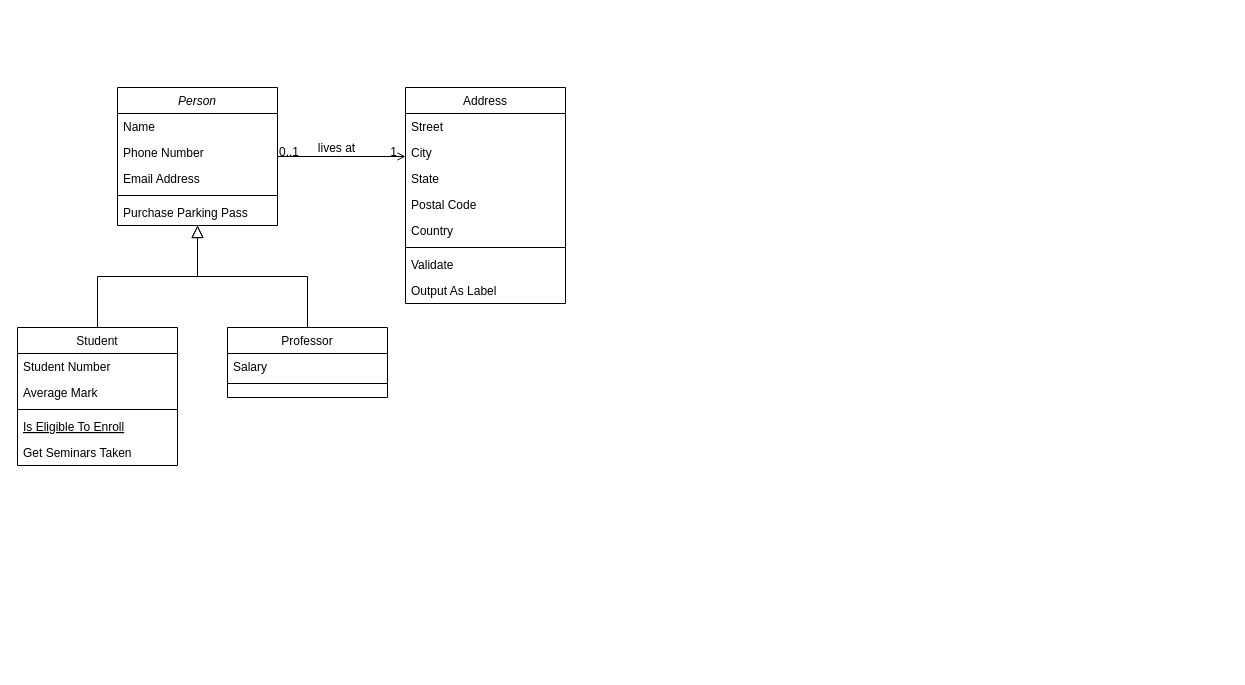
The draw.io diagram 제목 없는 다이어그램.drawio in kcheee/VR-Chess, before the edit. Source tidied: cells renumbered, new cells numbered last; positions are measured from the earlier drawing's top-left corner, leaving out a move shared by most shapes. Both pictures are drawn from the tidied source at 100%, with x=0, y=0 at pixel (17, 87).
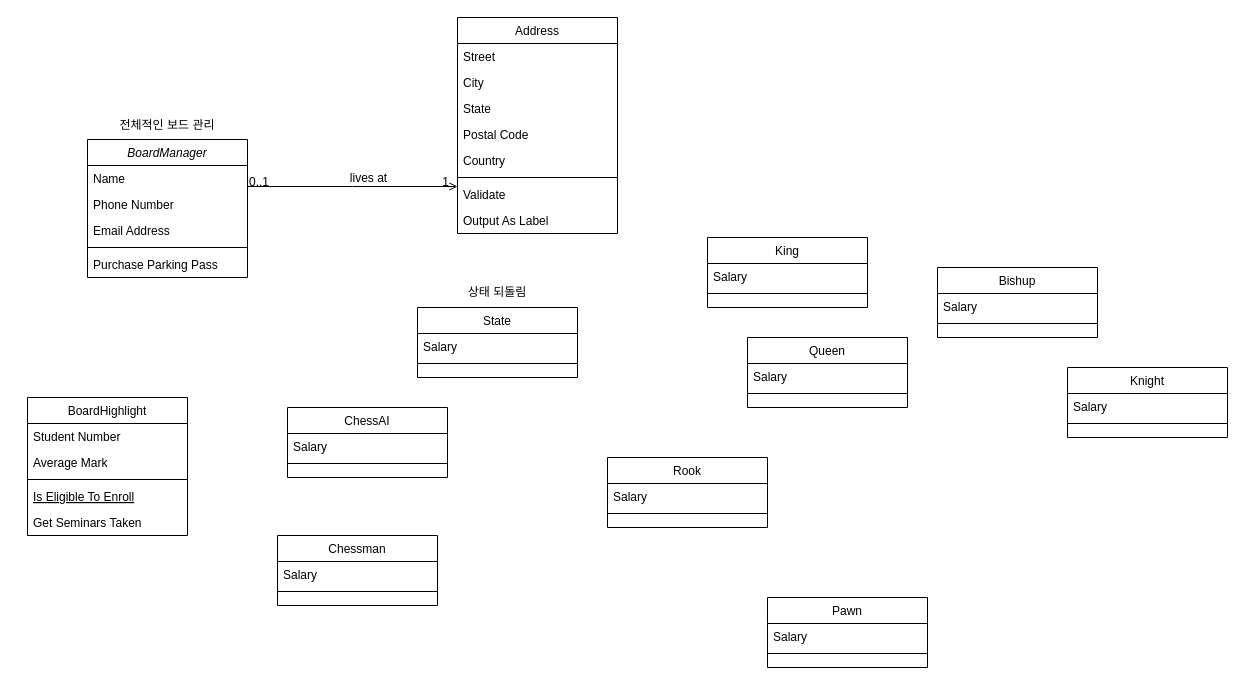
Above is the later version.

Commit message:
제목 없는 다이어그램.drawio 업데이트

Diff of the diagram source:
```diff
@@
-    <mxCell id="2" value="Person" style="swimlane;fontStyle=2;align=center;verticalAlign=top;horizontal=1;startSize=26;rounded=0;shadow=0;strokeWidth=1;" parent="1" vertex="1">
-      <mxGeometry x="100" width="160" height="138" as="geometry" />
-    </mxCell>
-    <mxCell id="3" value="Name" style="text;align=left;verticalAlign=top;spacingLeft=4;spacingRight=4;overflow=hidden;" parent="2" vertex="1">
-      <mxGeometry y="26" width="160" height="26" as="geometry" />
-    </mxCell>
-    <mxCell id="4" value="Phone Number" style="text;align=left;verticalAlign=top;spacingLeft=4;spacingRight=4;overflow=hidden;rounded=0;shadow=0;html=0;" parent="2" vertex="1">
-      <mxGeometry y="52" width="160" height="26" as="geometry" />
-    </mxCell>
-    <mxCell id="5" value="Email Address" style="text;align=left;verticalAlign=top;spacingLeft=4;spacingRight=4;overflow=hidden;rounded=0;shadow=0;html=0;" parent="2" vertex="1">
-      <mxGeometry y="78" width="160" height="26" as="geometry" />
-    </mxCell>
-    <mxCell id="6" style="line;html=1;strokeWidth=1;align=left;verticalAlign=middle;spacingTop=-1;spacingLeft=3;spacingRight=3;labelPosition=right;" parent="2" vertex="1">
-      <mxGeometry y="104" width="160" height="8" as="geometry" />
-    </mxCell>
-    <mxCell id="7" value="Purchase Parking Pass" style="text;align=left;verticalAlign=top;spacingLeft=4;spacingRight=4;overflow=hidden;" parent="2" vertex="1">
-      <mxGeometry y="112" width="160" height="26" as="geometry" />
-    </mxCell>
-    <mxCell id="8" value="Student" style="swimlane;fontStyle=0;align=center;verticalAlign=top;horizontal=1;startSize=26;rounded=0;shadow=0;strokeWidth=1;" parent="1" vertex="1">
-      <mxGeometry y="240" width="160" height="138" as="geometry" />
+    <mxCell id="8" value="BoardHighlight" style="swimlane;fontStyle=0;align=center;verticalAlign=top;horizontal=1;startSize=26;rounded=0;shadow=0;strokeWidth=1;" parent="1" vertex="1">
+      <mxGeometry x="10" y="310" width="160" height="138" as="geometry" />
     </mxCell>
@@
-    <mxCell id="14" style="endArrow=block;endSize=10;endFill=0;shadow=0;strokeWidth=1;rounded=0;edgeStyle=elbowEdgeStyle;elbow=vertical;" parent="1" edge="1" source="8" target="2">
-      <mxGeometry relative="1" as="geometry" />
-    </mxCell>
-    <mxCell id="15" value="Professor" style="swimlane;fontStyle=0;align=center;verticalAlign=top;horizontal=1;startSize=26;rounded=0;shadow=0;strokeWidth=1;" parent="1" vertex="1">
-      <mxGeometry x="210" y="240" width="160" height="70" as="geometry" />
+    <mxCell id="15" value="ChessAI&#10;" style="swimlane;fontStyle=0;align=center;verticalAlign=top;horizontal=1;startSize=26;rounded=0;shadow=0;strokeWidth=1;" parent="1" vertex="1">
+      <mxGeometry x="270" y="320" width="160" height="70" as="geometry" />
     </mxCell>
@@
-    <mxCell id="18" style="endArrow=block;endSize=10;endFill=0;shadow=0;strokeWidth=1;rounded=0;edgeStyle=elbowEdgeStyle;elbow=vertical;" parent="1" edge="1" source="15" target="2">
-      <mxGeometry relative="1" as="geometry" />
-    </mxCell>
     <mxCell id="19" value="Address" style="swimlane;fontStyle=0;align=center;verticalAlign=top;horizontal=1;startSize=26;rounded=0;shadow=0;strokeWidth=1;" parent="1" vertex="1">
-      <mxGeometry x="388" width="160" height="216" as="geometry" />
+      <mxGeometry x="440" y="-70" width="160" height="216" as="geometry" />
     </mxCell>
@@
+    <mxCell id="32" value="State" style="swimlane;fontStyle=0;align=center;verticalAlign=top;horizontal=1;startSize=26;rounded=0;shadow=0;strokeWidth=1;" parent="1" vertex="1">
+      <mxGeometry x="400" y="220" width="160" height="70" as="geometry" />
+    </mxCell>
+    <mxCell id="33" value="Salary" style="text;align=left;verticalAlign=top;spacingLeft=4;spacingRight=4;overflow=hidden;" parent="32" vertex="1">
+      <mxGeometry y="26" width="160" height="26" as="geometry" />
+    </mxCell>
+    <mxCell id="34" style="line;html=1;strokeWidth=1;align=left;verticalAlign=middle;spacingTop=-1;spacingLeft=3;spacingRight=3;labelPosition=right;" parent="32" vertex="1">
+      <mxGeometry y="52" width="160" height="8" as="geometry" />
+    </mxCell>
+    <mxCell id="35" value="Chessman" style="swimlane;fontStyle=0;align=center;verticalAlign=top;horizontal=1;startSize=26;rounded=0;shadow=0;strokeWidth=1;" parent="1" vertex="1">
+      <mxGeometry x="260" y="448" width="160" height="70" as="geometry" />
+    </mxCell>
+    <mxCell id="36" value="Salary" style="text;align=left;verticalAlign=top;spacingLeft=4;spacingRight=4;overflow=hidden;" parent="35" vertex="1">
+      <mxGeometry y="26" width="160" height="26" as="geometry" />
+    </mxCell>
+    <mxCell id="37" style="line;html=1;strokeWidth=1;align=left;verticalAlign=middle;spacingTop=-1;spacingLeft=3;spacingRight=3;labelPosition=right;" parent="35" vertex="1">
+      <mxGeometry y="52" width="160" height="8" as="geometry" />
+    </mxCell>
+    <mxCell id="38" style="group;" parent="1" vertex="1">
+      <mxGeometry x="70" y="23" width="160" height="167" as="geometry" />
+    </mxCell>
+    <mxCell id="2" value="BoardManager" style="swimlane;fontStyle=2;align=center;verticalAlign=top;horizontal=1;startSize=26;rounded=0;shadow=0;strokeWidth=1;" parent="38" vertex="1">
+      <mxGeometry y="29" width="160" height="138" as="geometry" />
+    </mxCell>
+    <mxCell id="3" value="Name" style="text;align=left;verticalAlign=top;spacingLeft=4;spacingRight=4;overflow=hidden;" parent="2" vertex="1">
+      <mxGeometry y="26" width="160" height="26" as="geometry" />
+    </mxCell>
+    <mxCell id="4" value="Phone Number" style="text;align=left;verticalAlign=top;spacingLeft=4;spacingRight=4;overflow=hidden;rounded=0;shadow=0;html=0;" parent="2" vertex="1">
+      <mxGeometry y="52" width="160" height="26" as="geometry" />
+    </mxCell>
+    <mxCell id="5" value="Email Address" style="text;align=left;verticalAlign=top;spacingLeft=4;spacingRight=4;overflow=hidden;rounded=0;shadow=0;html=0;" parent="2" vertex="1">
+      <mxGeometry y="78" width="160" height="26" as="geometry" />
+    </mxCell>
+    <mxCell id="6" style="line;html=1;strokeWidth=1;align=left;verticalAlign=middle;spacingTop=-1;spacingLeft=3;spacingRight=3;labelPosition=right;" parent="2" vertex="1">
+      <mxGeometry y="104" width="160" height="8" as="geometry" />
+    </mxCell>
+    <mxCell id="7" value="Purchase Parking Pass" style="text;align=left;verticalAlign=top;spacingLeft=4;spacingRight=4;overflow=hidden;" parent="2" vertex="1">
+      <mxGeometry y="112" width="160" height="26" as="geometry" />
+    </mxCell>
+    <mxCell id="39" value="전체적인 보드 관리" style="text;html=1;strokeColor=none;fillColor=none;align=center;verticalAlign=middle;whiteSpace=wrap;rounded=0;" parent="38" vertex="1">
+      <mxGeometry x="20" width="120" height="30" as="geometry" />
+    </mxCell>
+    <mxCell id="40" value="상태 되돌림" style="text;html=1;strokeColor=none;fillColor=none;align=center;verticalAlign=middle;whiteSpace=wrap;rounded=0;" parent="1" vertex="1">
+      <mxGeometry x="440" y="190" width="80" height="30" as="geometry" />
+    </mxCell>
+    <mxCell id="41" value="Queen" style="swimlane;fontStyle=0;align=center;verticalAlign=top;horizontal=1;startSize=26;rounded=0;shadow=0;strokeWidth=1;" parent="1" vertex="1">
+      <mxGeometry x="730" y="250" width="160" height="70" as="geometry" />
+    </mxCell>
+    <mxCell id="42" value="Salary" style="text;align=left;verticalAlign=top;spacingLeft=4;spacingRight=4;overflow=hidden;" parent="41" vertex="1">
+      <mxGeometry y="26" width="160" height="26" as="geometry" />
+    </mxCell>
+    <mxCell id="43" style="line;html=1;strokeWidth=1;align=left;verticalAlign=middle;spacingTop=-1;spacingLeft=3;spacingRight=3;labelPosition=right;" parent="41" vertex="1">
+      <mxGeometry y="52" width="160" height="8" as="geometry" />
+    </mxCell>
+    <mxCell id="44" value="Rook" style="swimlane;fontStyle=0;align=center;verticalAlign=top;horizontal=1;startSize=26;rounded=0;shadow=0;strokeWidth=1;" parent="1" vertex="1">
+      <mxGeometry x="590" y="370" width="160" height="70" as="geometry" />
+    </mxCell>
+    <mxCell id="45" value="Salary" style="text;align=left;verticalAlign=top;spacingLeft=4;spacingRight=4;overflow=hidden;" parent="44" vertex="1">
+      <mxGeometry y="26" width="160" height="26" as="geometry" />
+    </mxCell>
+    <mxCell id="46" style="line;html=1;strokeWidth=1;align=left;verticalAlign=middle;spacingTop=-1;spacingLeft=3;spacingRight=3;labelPosition=right;" parent="44" vertex="1">
+      <mxGeometry y="52" width="160" height="8" as="geometry" />
+    </mxCell>
+    <mxCell id="47" value="Pawn" style="swimlane;fontStyle=0;align=center;verticalAlign=top;horizontal=1;startSize=26;rounded=0;shadow=0;strokeWidth=1;" parent="1" vertex="1">
+      <mxGeometry x="750" y="510" width="160" height="70" as="geometry" />
+    </mxCell>
+    <mxCell id="48" value="Salary" style="text;align=left;verticalAlign=top;spacingLeft=4;spacingRight=4;overflow=hidden;" parent="47" vertex="1">
+      <mxGeometry y="26" width="160" height="26" as="geometry" />
+    </mxCell>
+    <mxCell id="49" style="line;html=1;strokeWidth=1;align=left;verticalAlign=middle;spacingTop=-1;spacingLeft=3;spacingRight=3;labelPosition=right;" parent="47" vertex="1">
+      <mxGeometry y="52" width="160" height="8" as="geometry" />
+    </mxCell>
+    <mxCell id="50" value="King" style="swimlane;fontStyle=0;align=center;verticalAlign=top;horizontal=1;startSize=26;rounded=0;shadow=0;strokeWidth=1;" parent="1" vertex="1">
+      <mxGeometry x="690" y="150" width="160" height="70" as="geometry" />
+    </mxCell>
+    <mxCell id="51" value="Salary" style="text;align=left;verticalAlign=top;spacingLeft=4;spacingRight=4;overflow=hidden;" parent="50" vertex="1">
+      <mxGeometry y="26" width="160" height="26" as="geometry" />
+    </mxCell>
+    <mxCell id="52" style="line;html=1;strokeWidth=1;align=left;verticalAlign=middle;spacingTop=-1;spacingLeft=3;spacingRight=3;labelPosition=right;" parent="50" vertex="1">
+      <mxGeometry y="52" width="160" height="8" as="geometry" />
+    </mxCell>
+    <mxCell id="53" value="Knight" style="swimlane;fontStyle=0;align=center;verticalAlign=top;horizontal=1;startSize=26;rounded=0;shadow=0;strokeWidth=1;" parent="1" vertex="1">
+      <mxGeometry x="1050" y="280" width="160" height="70" as="geometry" />
+    </mxCell>
+    <mxCell id="54" value="Salary" style="text;align=left;verticalAlign=top;spacingLeft=4;spacingRight=4;overflow=hidden;" parent="53" vertex="1">
+      <mxGeometry y="26" width="160" height="26" as="geometry" />
+    </mxCell>
+    <mxCell id="55" style="line;html=1;strokeWidth=1;align=left;verticalAlign=middle;spacingTop=-1;spacingLeft=3;spacingRight=3;labelPosition=right;" parent="53" vertex="1">
+      <mxGeometry y="52" width="160" height="8" as="geometry" />
+    </mxCell>
+    <mxCell id="56" value="Bishup" style="swimlane;fontStyle=0;align=center;verticalAlign=top;horizontal=1;startSize=26;rounded=0;shadow=0;strokeWidth=1;" parent="1" vertex="1">
+      <mxGeometry x="920" y="180" width="160" height="70" as="geometry" />
+    </mxCell>
+    <mxCell id="57" value="Salary" style="text;align=left;verticalAlign=top;spacingLeft=4;spacingRight=4;overflow=hidden;" parent="56" vertex="1">
+      <mxGeometry y="26" width="160" height="26" as="geometry" />
+    </mxCell>
+    <mxCell id="58" style="line;html=1;strokeWidth=1;align=left;verticalAlign=middle;spacingTop=-1;spacingLeft=3;spacingRight=3;labelPosition=right;" parent="56" vertex="1">
+      <mxGeometry y="52" width="160" height="8" as="geometry" />
+    </mxCell>
```
